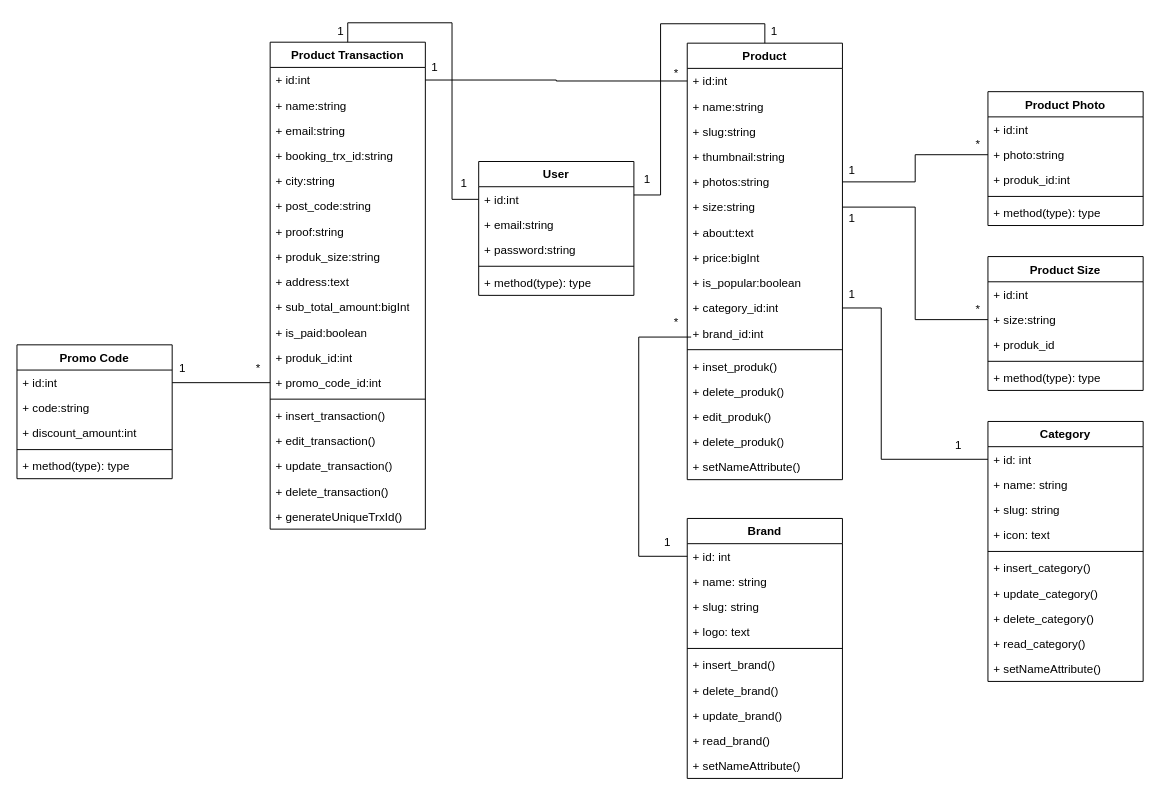
This is UML/classDiagram.drawio from Mahklvk/competency-test, a draw.io file, before an edit. Source tidied: cells renumbered, new cells numbered last; positions are measured from the earlier drawing's top-left corner, leaving out a move shared by most shapes. Both pictures are drawn from the tidied source at 97%, with x=0, y=0 at pixel (16, 16).
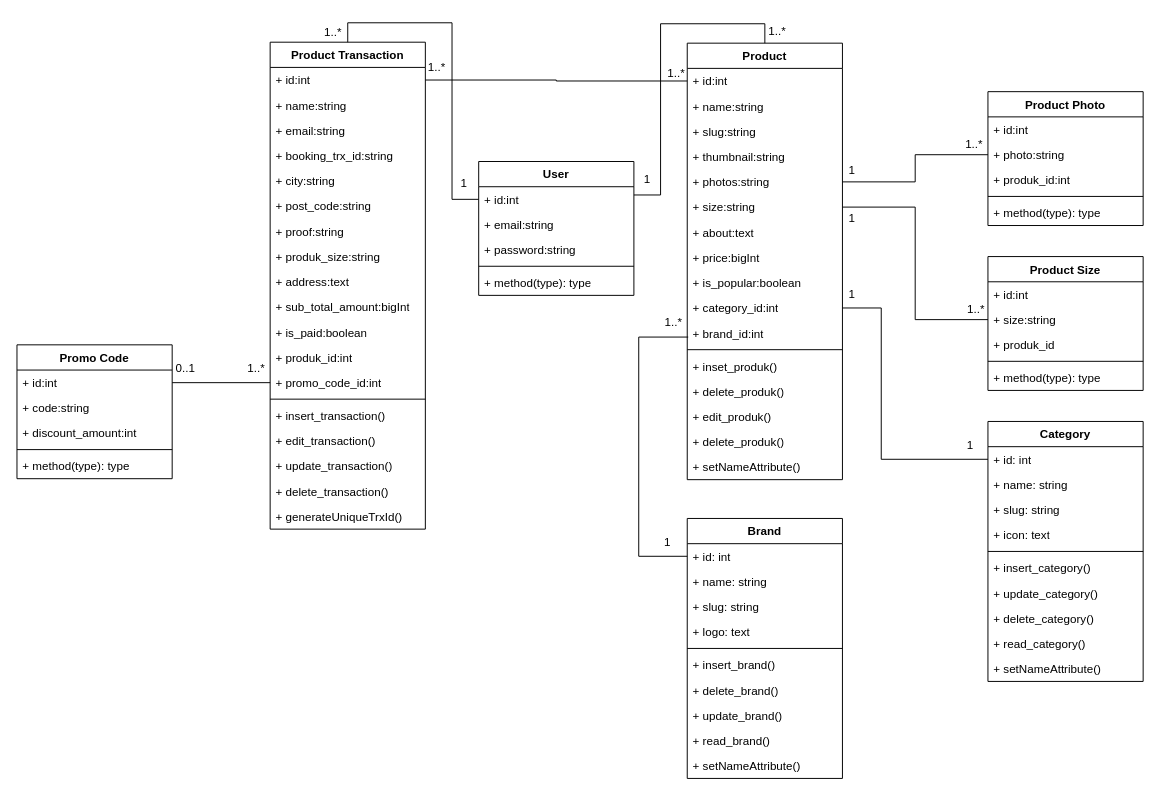
The same page after the edit.

Diff of the diagram source:
```diff
@@
-    <mxCell id="89" value="*" style="text;html=1;whiteSpace=wrap;strokeColor=none;fillColor=none;align=center;verticalAlign=middle;rounded=0;" parent="1" vertex="1">
-      <mxGeometry x="961" y="287" width="60" height="30" as="geometry" />
+    <mxCell id="89" value="1..*" style="text;html=1;whiteSpace=wrap;strokeColor=none;fillColor=none;align=center;verticalAlign=middle;rounded=0;" parent="1" vertex="1">
+      <mxGeometry x="959" y="287" width="60" height="30" as="geometry" />
     </mxCell>
@@
-    <mxCell id="92" value="*" style="text;html=1;whiteSpace=wrap;strokeColor=none;fillColor=none;align=center;verticalAlign=middle;rounded=0;" parent="1" vertex="1">
-      <mxGeometry x="961" y="117" width="60" height="30" as="geometry" />
+    <mxCell id="92" value="1..*" style="text;html=1;whiteSpace=wrap;strokeColor=none;fillColor=none;align=center;verticalAlign=middle;rounded=0;" parent="1" vertex="1">
+      <mxGeometry x="957" y="117" width="60" height="30" as="geometry" />
     </mxCell>
@@
     <mxCell id="95" value="1" style="text;html=1;whiteSpace=wrap;strokeColor=none;fillColor=none;align=center;verticalAlign=middle;rounded=0;" parent="1" vertex="1">
-      <mxGeometry x="941" y="427" width="60" height="30" as="geometry" />
+      <mxGeometry x="953" y="427" width="60" height="30" as="geometry" />
     </mxCell>
@@
-    <mxCell id="98" value="*" style="text;html=1;whiteSpace=wrap;strokeColor=none;fillColor=none;align=center;verticalAlign=middle;rounded=0;" parent="1" vertex="1">
-      <mxGeometry x="650" y="300" width="60" height="30" as="geometry" />
+    <mxCell id="98" value="1..*" style="text;html=1;whiteSpace=wrap;strokeColor=none;fillColor=none;align=center;verticalAlign=middle;rounded=0;" parent="1" vertex="1">
+      <mxGeometry x="647" y="300" width="60" height="30" as="geometry" />
     </mxCell>
@@
-    <mxCell id="104" value="1" style="text;html=1;whiteSpace=wrap;strokeColor=none;fillColor=none;align=center;verticalAlign=middle;rounded=0;" parent="1" vertex="1">
-      <mxGeometry x="304" width="60" height="30" as="geometry" />
+    <mxCell id="104" value="1..*" style="text;html=1;whiteSpace=wrap;strokeColor=none;fillColor=none;align=center;verticalAlign=middle;rounded=0;" parent="1" vertex="1">
+      <mxGeometry x="296" y="1" width="60" height="30" as="geometry" />
     </mxCell>
-    <mxCell id="105" value="1" style="text;html=1;whiteSpace=wrap;strokeColor=none;fillColor=none;align=center;verticalAlign=middle;rounded=0;" parent="1" vertex="1">
-      <mxGeometry x="751" width="60" height="30" as="geometry" />
+    <mxCell id="105" value="1..*" style="text;html=1;whiteSpace=wrap;strokeColor=none;fillColor=none;align=center;verticalAlign=middle;rounded=0;" parent="1" vertex="1">
+      <mxGeometry x="754" width="60" height="30" as="geometry" />
     </mxCell>
-    <mxCell id="106" value="*" style="text;html=1;whiteSpace=wrap;strokeColor=none;fillColor=none;align=center;verticalAlign=middle;rounded=0;" parent="1" vertex="1">
+    <mxCell id="106" value="1..*" style="text;html=1;whiteSpace=wrap;strokeColor=none;fillColor=none;align=center;verticalAlign=middle;rounded=0;" parent="1" vertex="1">
       <mxGeometry x="650" y="43" width="60" height="30" as="geometry" />
     </mxCell>
-    <mxCell id="107" value="1" style="text;html=1;whiteSpace=wrap;strokeColor=none;fillColor=none;align=center;verticalAlign=middle;rounded=0;" parent="1" vertex="1">
-      <mxGeometry x="401" y="37" width="60" height="30" as="geometry" />
+    <mxCell id="107" value="1..*" style="text;html=1;whiteSpace=wrap;strokeColor=none;fillColor=none;align=center;verticalAlign=middle;rounded=0;" parent="1" vertex="1">
+      <mxGeometry x="403" y="37" width="60" height="30" as="geometry" />
     </mxCell>
-    <mxCell id="108" value="1" style="text;html=1;whiteSpace=wrap;strokeColor=none;fillColor=none;align=center;verticalAlign=middle;rounded=0;" parent="1" vertex="1">
-      <mxGeometry x="141" y="347" width="60" height="30" as="geometry" />
+    <mxCell id="108" value="0..1" style="text;html=1;whiteSpace=wrap;strokeColor=none;fillColor=none;align=center;verticalAlign=middle;rounded=0;" parent="1" vertex="1">
+      <mxGeometry x="144" y="348" width="60" height="30" as="geometry" />
     </mxCell>
-    <mxCell id="109" value="*" style="text;html=1;whiteSpace=wrap;strokeColor=none;fillColor=none;align=center;verticalAlign=middle;rounded=0;" parent="1" vertex="1">
-      <mxGeometry x="219" y="348" width="60" height="30" as="geometry" />
+    <mxCell id="109" value="1..*" style="text;html=1;whiteSpace=wrap;strokeColor=none;fillColor=none;align=center;verticalAlign=middle;rounded=0;" parent="1" vertex="1">
+      <mxGeometry x="217" y="348" width="60" height="30" as="geometry" />
     </mxCell>
```
